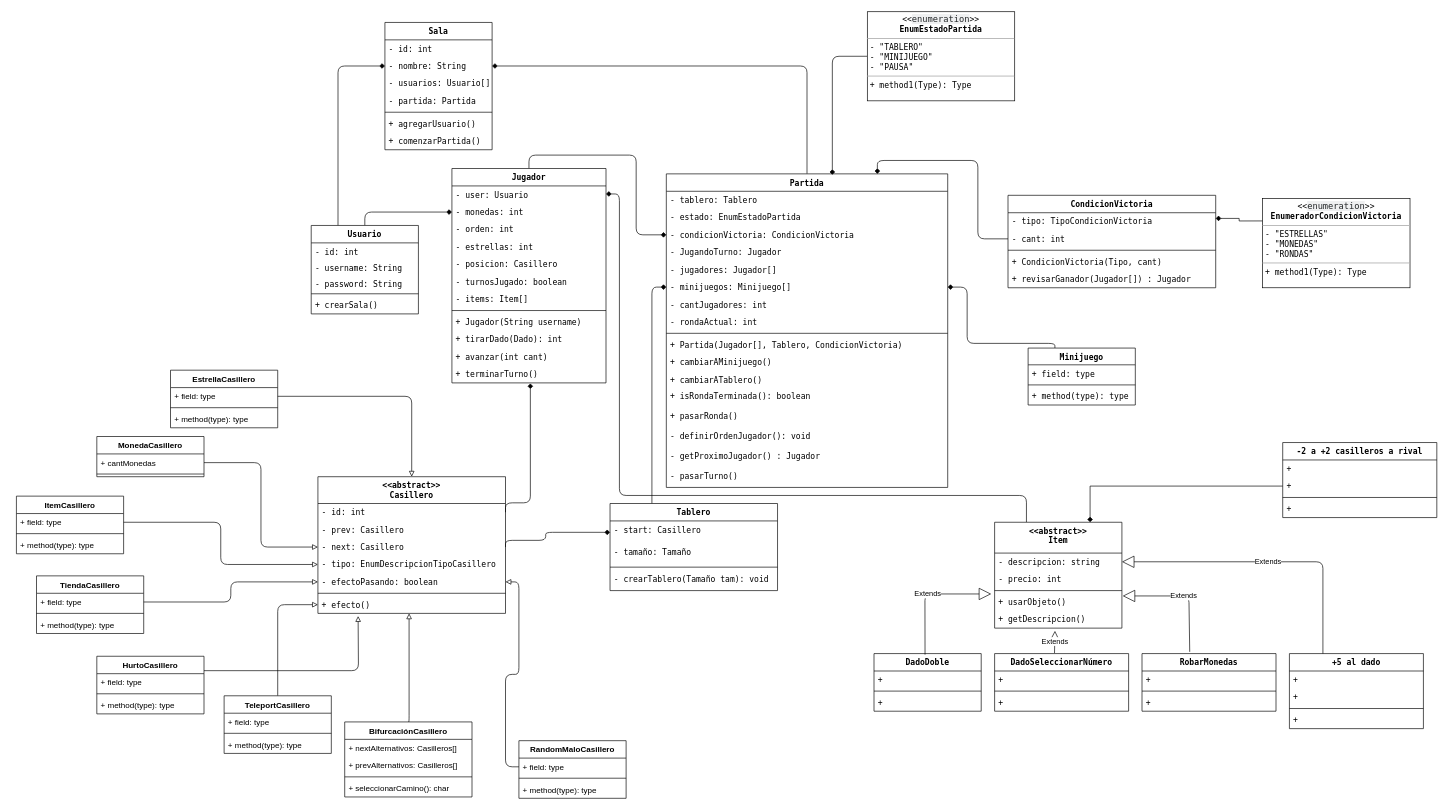
This is ClasesMarioParty.drawio from cancellarapaula/MarioParty, a draw.io file, before an edit. Source tidied: cells renumbered, new cells numbered last; positions are measured from the earlier drawing's top-left corner, leaving out a move shared by most shapes. Both pictures are drawn from the tidied source at 67%, with x=0, y=0 at pixel (16, 11).
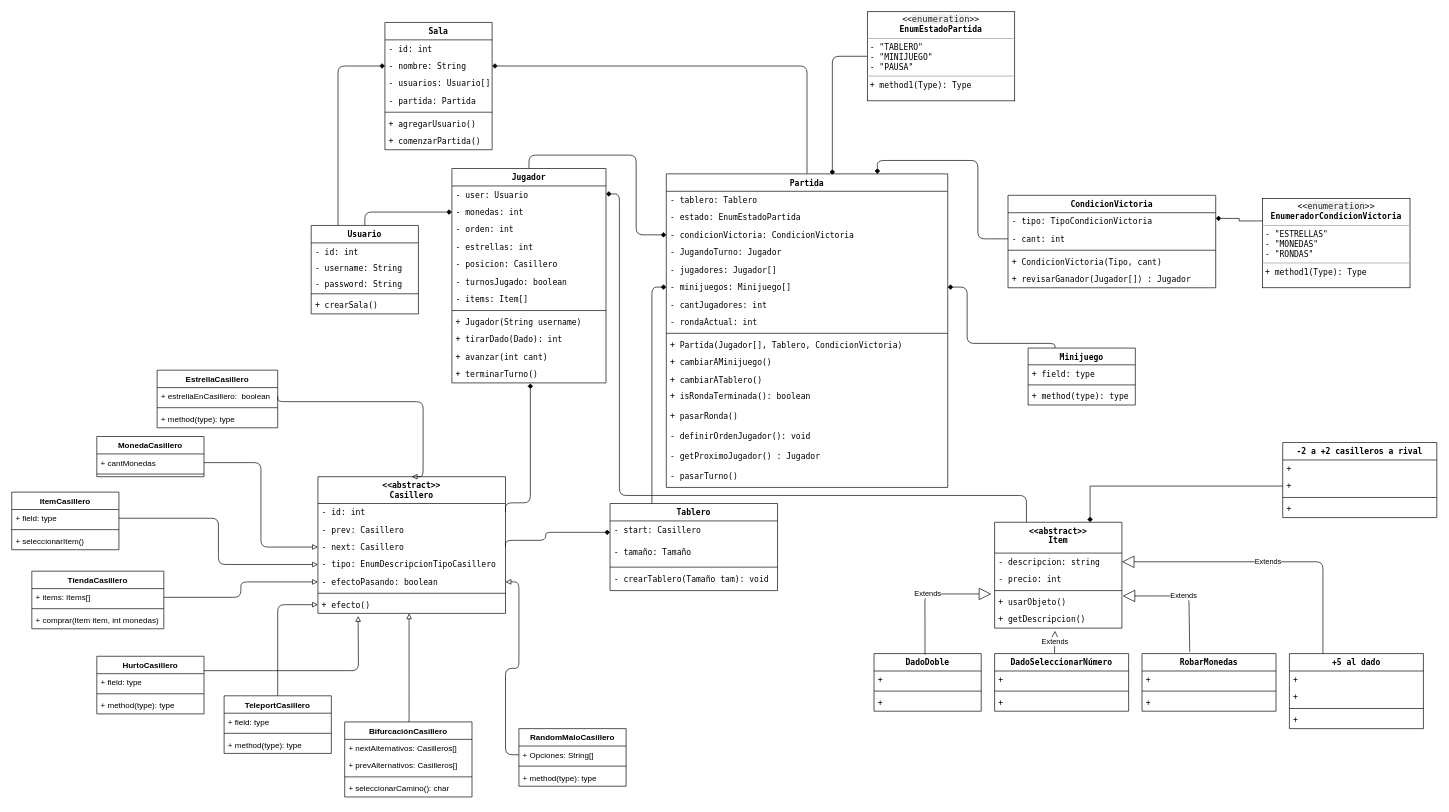
Above is the later version.

Unchanged cells that the change refers to:
```xml
<mxCell id="75" value="&lt;&lt;abstract&gt;&gt;&#10;Casillero" style="swimlane;fontStyle=1;align=center;verticalAlign=top;horizontal=1;startSize=40;fontFamily=Lucida Console;" parent="1" vertex="1">
  <mxGeometry x="450" y="694" width="280" height="204" as="geometry" />
</mxCell>
```

Change to the diagram source:
```diff
@@
     <mxCell id="118" value="ItemCasillero" style="swimlane;fontStyle=1;align=center;verticalAlign=top;horizontal=1;startSize=26;" parent="1" vertex="1">
-      <mxGeometry y="723" width="160" height="86" as="geometry" />
+      <mxGeometry x="-7" y="717" width="160" height="86" as="geometry" />
     </mxCell>
@@
-    <mxCell id="121" value="+ method(type): type" style="text;strokeColor=none;fillColor=none;align=left;verticalAlign=top;spacingLeft=4;spacingRight=4;overflow=hidden;" parent="118" vertex="1">
+    <mxCell id="121" value="+ seleccionarItem()" style="text;strokeColor=none;fillColor=none;align=left;verticalAlign=top;spacingLeft=4;spacingRight=4;overflow=hidden;" parent="118" vertex="1">
       <mxGeometry y="60" width="160" height="26" as="geometry" />
     </mxCell>
     <mxCell id="122" value="TiendaCasillero" style="swimlane;fontStyle=1;align=center;verticalAlign=top;horizontal=1;startSize=26;" parent="1" vertex="1">
-      <mxGeometry x="30" y="842" width="160" height="86" as="geometry" />
+      <mxGeometry x="23" y="835" width="197" height="86" as="geometry" />
     </mxCell>
-    <mxCell id="123" value="+ field: type" style="text;strokeColor=none;fillColor=none;align=left;verticalAlign=top;spacingLeft=4;spacingRight=4;overflow=hidden;points=[[0,0.5],[1,0.5]];portConstraint=eastwest;" parent="122" vertex="1">
-      <mxGeometry y="26" width="160" height="26" as="geometry" />
+    <mxCell id="123" value="+ items: Items[]" style="text;strokeColor=none;fillColor=none;align=left;verticalAlign=top;spacingLeft=4;spacingRight=4;overflow=hidden;points=[[0,0.5],[1,0.5]];portConstraint=eastwest;" parent="122" vertex="1">
+      <mxGeometry y="26" width="197" height="26" as="geometry" />
     </mxCell>
     <mxCell id="124" style="line;strokeWidth=1;fillColor=none;align=left;verticalAlign=middle;spacingTop=-1;spacingLeft=3;spacingRight=3;labelPosition=right;" parent="122" vertex="1">
-      <mxGeometry y="52" width="160" height="8" as="geometry" />
+      <mxGeometry y="52" width="197" height="8" as="geometry" />
     </mxCell>
-    <mxCell id="125" value="+ method(type): type" style="text;strokeColor=none;fillColor=none;align=left;verticalAlign=top;spacingLeft=4;spacingRight=4;overflow=hidden;" parent="122" vertex="1">
-      <mxGeometry y="60" width="160" height="26" as="geometry" />
+    <mxCell id="125" value="+ comprar(Item item, int monedas)" style="text;strokeColor=none;fillColor=none;align=left;verticalAlign=top;spacingLeft=4;spacingRight=4;overflow=hidden;" parent="122" vertex="1">
+      <mxGeometry y="60" width="197" height="26" as="geometry" />
     </mxCell>
@@
     <mxCell id="132" value="EstrellaCasillero" style="swimlane;fontStyle=1;align=center;verticalAlign=top;horizontal=1;startSize=26;" parent="1" vertex="1">
-      <mxGeometry x="230" y="535" width="160" height="86" as="geometry" />
+      <mxGeometry x="210" y="535" width="180" height="86" as="geometry" />
     </mxCell>
-    <mxCell id="133" value="+ field: type" style="text;strokeColor=none;fillColor=none;align=left;verticalAlign=top;spacingLeft=4;spacingRight=4;overflow=hidden;points=[[0,0.5],[1,0.5]];portConstraint=eastwest;" parent="132" vertex="1">
-      <mxGeometry y="26" width="160" height="26" as="geometry" />
+    <mxCell id="133" value="+ estrellaEnCasillero:  boolean" style="text;strokeColor=none;fillColor=none;align=left;verticalAlign=top;spacingLeft=4;spacingRight=4;overflow=hidden;points=[[0,0.5],[1,0.5]];portConstraint=eastwest;" parent="132" vertex="1">
+      <mxGeometry y="26" width="180" height="26" as="geometry" />
     </mxCell>
     <mxCell id="134" style="line;strokeWidth=1;fillColor=none;align=left;verticalAlign=middle;spacingTop=-1;spacingLeft=3;spacingRight=3;labelPosition=right;" parent="132" vertex="1">
-      <mxGeometry y="52" width="160" height="8" as="geometry" />
+      <mxGeometry y="52" width="180" height="8" as="geometry" />
     </mxCell>
     <mxCell id="135" value="+ method(type): type" style="text;strokeColor=none;fillColor=none;align=left;verticalAlign=top;spacingLeft=4;spacingRight=4;overflow=hidden;" parent="132" vertex="1">
-      <mxGeometry y="60" width="160" height="26" as="geometry" />
+      <mxGeometry y="60" width="180" height="26" as="geometry" />
     </mxCell>
@@
     <mxCell id="146" value="RandomMaloCasillero" style="swimlane;fontStyle=1;align=center;verticalAlign=top;horizontal=1;startSize=26;" parent="1" vertex="1">
-      <mxGeometry x="750" y="1088" width="160" height="86" as="geometry" />
+      <mxGeometry x="750" y="1070" width="160" height="86" as="geometry" />
     </mxCell>
-    <mxCell id="147" value="+ field: type" style="text;strokeColor=none;fillColor=none;align=left;verticalAlign=top;spacingLeft=4;spacingRight=4;overflow=hidden;points=[[0,0.5],[1,0.5]];portConstraint=eastwest;" parent="146" vertex="1">
+    <mxCell id="147" value="+ Opciones: String[]" style="text;strokeColor=none;fillColor=none;align=left;verticalAlign=top;spacingLeft=4;spacingRight=4;overflow=hidden;points=[[0,0.5],[1,0.5]];portConstraint=eastwest;" parent="146" vertex="1">
       <mxGeometry y="26" width="160" height="26" as="geometry" />
     </mxCell>
@@
     <mxCell id="150" style="edgeStyle=orthogonalEdgeStyle;rounded=1;jettySize=auto;html=1;exitX=1;exitY=0.5;exitDx=0;exitDy=0;entryX=0.5;entryY=0;entryDx=0;entryDy=0;endArrow=block;endFill=0;" parent="1" edge="1" source="133" target="75">
-      <mxGeometry relative="1" as="geometry" />
+      <mxGeometry relative="1" as="geometry">
+        <Array as="points">
+          <mxPoint x="390" y="582" />
+          <mxPoint x="607" y="582" />
+        </Array>
+      </mxGeometry>
     </mxCell>
```
